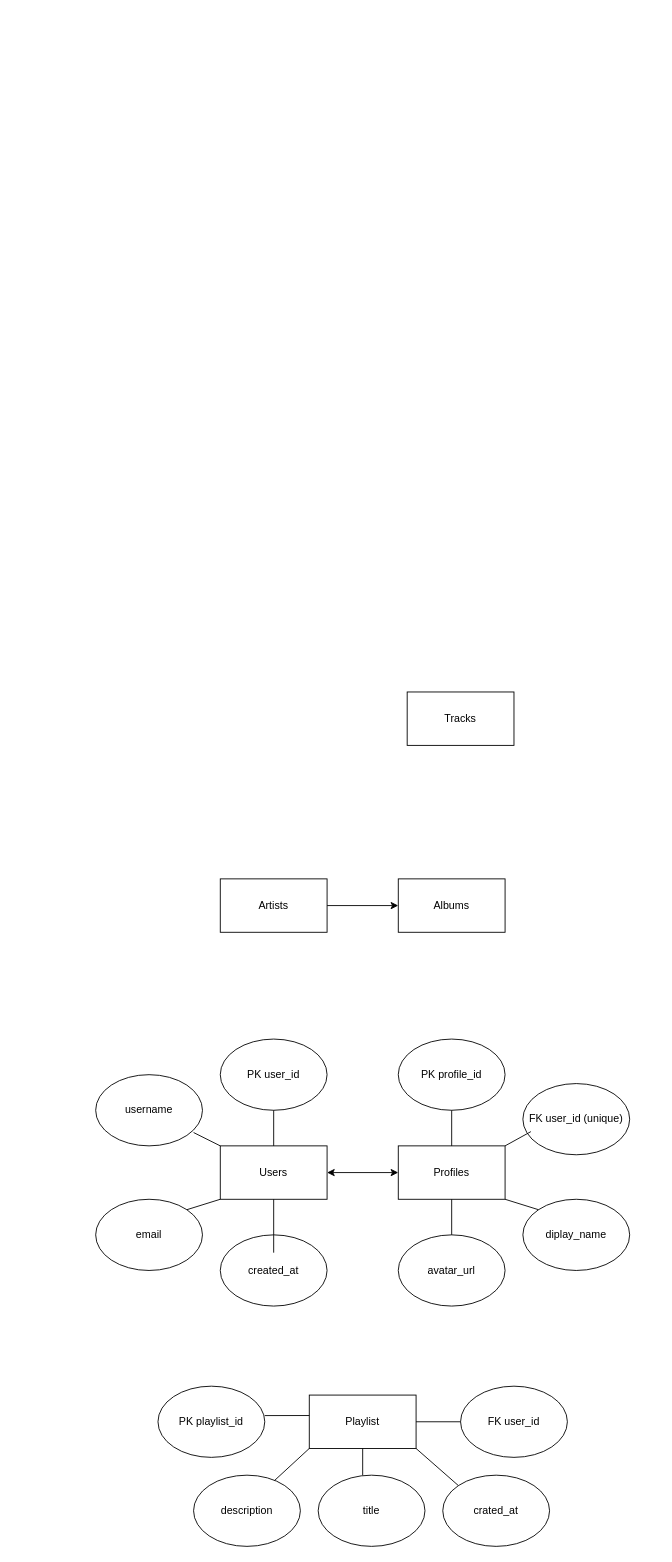
Earlier version of the draw.io diagram week1/project_portfolio.drawio (MackInSpace/2-SQL). Source tidied: cells renumbered, new cells numbered last; positions are measured from the earlier drawing's top-left corner, leaving out a move shared by most shapes. Both pictures are drawn from the tidied source at 89%, with x=0, y=0 at pixel (95, 692).
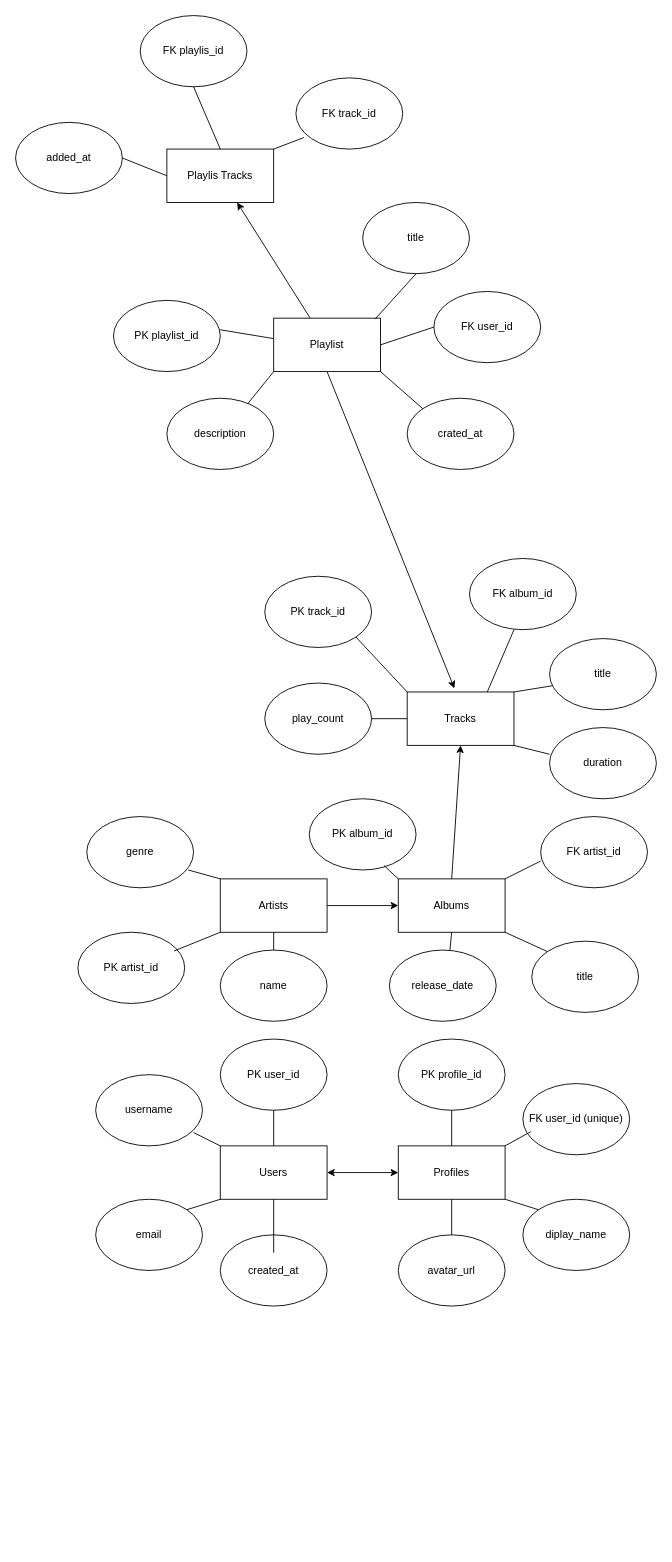
The same diagram, later.

Commit message:
project rough draft

The change refers to these unchanged cells:
```xml
<mxCell id="5" value="Artists" style="rounded=0;whiteSpace=wrap;html=1;" parent="1" vertex="1">
  <mxGeometry x="140" y="210" width="120" height="60" as="geometry" />
</mxCell>
<mxCell id="6" value="Albums" style="rounded=0;whiteSpace=wrap;html=1;" parent="1" vertex="1">
  <mxGeometry x="340" y="210" width="120" height="60" as="geometry" />
</mxCell>
<mxCell id="7" value="Tracks" style="rounded=0;whiteSpace=wrap;html=1;" parent="1" vertex="1">
  <mxGeometry x="350" width="120" height="60" as="geometry" />
</mxCell>
```

The edit, as a diff of the source:
```diff
@@
+    <mxCell id="36" style="edgeStyle=none;html=1;" parent="1" edge="1" source="25" target="63">
+      <mxGeometry relative="1" as="geometry" />
+    </mxCell>
     <mxCell id="25" value="Playlist" style="rounded=0;whiteSpace=wrap;html=1;" parent="1" vertex="1">
-      <mxGeometry x="240" y="790" width="120" height="60" as="geometry" />
+      <mxGeometry x="200" y="-420" width="120" height="60" as="geometry" />
     </mxCell>
     <mxCell id="26" value="description" style="ellipse;whiteSpace=wrap;html=1;" parent="1" vertex="1">
-      <mxGeometry x="110" y="880" width="120" height="80" as="geometry" />
+      <mxGeometry x="80" y="-330" width="120" height="80" as="geometry" />
     </mxCell>
     <mxCell id="27" value="FK user_id" style="ellipse;whiteSpace=wrap;html=1;" parent="1" vertex="1">
-      <mxGeometry x="410" y="780" width="120" height="80" as="geometry" />
+      <mxGeometry x="380" y="-450" width="120" height="80" as="geometry" />
     </mxCell>
     <mxCell id="28" value="PK playlist_id" style="ellipse;whiteSpace=wrap;html=1;" parent="1" vertex="1">
-      <mxGeometry x="70" y="780" width="120" height="80" as="geometry" />
+      <mxGeometry x="20" y="-440" width="120" height="80" as="geometry" />
     </mxCell>
     <mxCell id="29" value="title" style="ellipse;whiteSpace=wrap;html=1;" parent="1" vertex="1">
-      <mxGeometry x="250" y="880" width="120" height="80" as="geometry" />
+      <mxGeometry x="300" y="-550" width="120" height="80" as="geometry" />
     </mxCell>
     <mxCell id="30" value="crated_at" style="ellipse;whiteSpace=wrap;html=1;" parent="1" vertex="1">
-      <mxGeometry x="390" y="880" width="120" height="80" as="geometry" />
+      <mxGeometry x="350" y="-330" width="120" height="80" as="geometry" />
     </mxCell>
@@
-    <mxCell id="33" style="endArrow=none;html=1;entryX=0.5;entryY=1;entryDx=0;entryDy=0;" parent="1" edge="1" target="25">
-      <mxGeometry relative="1" as="geometry">
-        <mxPoint x="300" y="880" as="sourcePoint" />
-      </mxGeometry>
+    <mxCell id="33" style="endArrow=none;html=1;entryX=0.5;entryY=1;entryDx=0;entryDy=0;exitX=0.95;exitY=0.017;exitDx=0;exitDy=0;exitPerimeter=0;" parent="1" edge="1" source="25" target="29">
+      <mxGeometry relative="1" as="geometry" />
     </mxCell>
@@
+    <mxCell id="37" value="PK artist_id" style="ellipse;whiteSpace=wrap;html=1;" parent="1" vertex="1">
+      <mxGeometry x="-20" y="270" width="120" height="80" as="geometry" />
+    </mxCell>
+    <mxCell id="38" value="name" style="ellipse;whiteSpace=wrap;html=1;" parent="1" vertex="1">
+      <mxGeometry x="140" y="290" width="120" height="80" as="geometry" />
+    </mxCell>
+    <mxCell id="39" value="genre" style="ellipse;whiteSpace=wrap;html=1;" parent="1" vertex="1">
+      <mxGeometry x="-10" y="140" width="120" height="80" as="geometry" />
+    </mxCell>
+    <mxCell id="40" style="endArrow=none;html=1;exitX=0.95;exitY=0.75;exitDx=0;exitDy=0;entryX=0;entryY=0;entryDx=0;entryDy=0;exitPerimeter=0;" parent="1" edge="1" source="39" target="5">
+      <mxGeometry relative="1" as="geometry" />
+    </mxCell>
+    <mxCell id="41" style="endArrow=none;html=1;entryX=0;entryY=1;entryDx=0;entryDy=0;exitX=0.9;exitY=0.263;exitDx=0;exitDy=0;exitPerimeter=0;" parent="1" edge="1" source="37" target="5">
+      <mxGeometry relative="1" as="geometry" />
+    </mxCell>
+    <mxCell id="42" style="endArrow=none;html=1;entryX=0.5;entryY=1;entryDx=0;entryDy=0;exitX=0.5;exitY=0;exitDx=0;exitDy=0;" parent="1" edge="1" source="38" target="5">
+      <mxGeometry relative="1" as="geometry" />
+    </mxCell>
+    <mxCell id="43" value="PK album_id" style="ellipse;whiteSpace=wrap;html=1;" parent="1" vertex="1">
+      <mxGeometry x="240" y="120" width="120" height="80" as="geometry" />
+    </mxCell>
+    <mxCell id="44" value="title" style="ellipse;whiteSpace=wrap;html=1;" parent="1" vertex="1">
+      <mxGeometry x="490" y="280" width="120" height="80" as="geometry" />
+    </mxCell>
+    <mxCell id="45" value="release_date" style="ellipse;whiteSpace=wrap;html=1;" parent="1" vertex="1">
+      <mxGeometry x="330" y="290" width="120" height="80" as="geometry" />
+    </mxCell>
+    <mxCell id="46" value="FK artist_id" style="ellipse;whiteSpace=wrap;html=1;" parent="1" vertex="1">
+      <mxGeometry x="500" y="140" width="120" height="80" as="geometry" />
+    </mxCell>
+    <mxCell id="47" style="endArrow=none;html=1;entryX=0.7;entryY=0.938;entryDx=0;entryDy=0;exitX=0;exitY=0;exitDx=0;exitDy=0;entryPerimeter=0;" parent="1" edge="1" source="6" target="43">
+      <mxGeometry relative="1" as="geometry" />
+    </mxCell>
+    <mxCell id="48" style="endArrow=none;html=1;exitX=1;exitY=0;exitDx=0;exitDy=0;" parent="1" edge="1" source="6">
+      <mxGeometry relative="1" as="geometry">
+        <mxPoint x="500" y="190" as="targetPoint" />
+      </mxGeometry>
+    </mxCell>
+    <mxCell id="49" style="endArrow=none;html=1;entryX=0;entryY=0;entryDx=0;entryDy=0;exitX=1;exitY=1;exitDx=0;exitDy=0;" parent="1" edge="1" source="6" target="44">
+      <mxGeometry relative="1" as="geometry" />
+    </mxCell>
+    <mxCell id="50" style="endArrow=none;html=1;entryX=0.5;entryY=1;entryDx=0;entryDy=0;exitX=0.567;exitY=0;exitDx=0;exitDy=0;exitPerimeter=0;" parent="1" edge="1" source="45" target="6">
+      <mxGeometry relative="1" as="geometry" />
+    </mxCell>
+    <mxCell id="51" style="endArrow=classic;html=1;entryX=0.5;entryY=1;entryDx=0;entryDy=0;exitX=0.5;exitY=0;exitDx=0;exitDy=0;" parent="1" edge="1" source="6" target="7">
+      <mxGeometry relative="1" as="geometry" />
+    </mxCell>
+    <mxCell id="52" value="play_count" style="ellipse;whiteSpace=wrap;html=1;" parent="1" vertex="1">
+      <mxGeometry x="190" y="-10" width="120" height="80" as="geometry" />
+    </mxCell>
+    <mxCell id="53" value="PK track_id" style="ellipse;whiteSpace=wrap;html=1;" parent="1" vertex="1">
+      <mxGeometry x="190" y="-130" width="120" height="80" as="geometry" />
+    </mxCell>
+    <mxCell id="54" value="duration" style="ellipse;whiteSpace=wrap;html=1;" parent="1" vertex="1">
+      <mxGeometry x="510" y="40" width="120" height="80" as="geometry" />
+    </mxCell>
+    <mxCell id="55" value="FK album_id" style="ellipse;whiteSpace=wrap;html=1;" parent="1" vertex="1">
+      <mxGeometry x="420" y="-150" width="120" height="80" as="geometry" />
+    </mxCell>
+    <mxCell id="56" value="title" style="ellipse;whiteSpace=wrap;html=1;" parent="1" vertex="1">
+      <mxGeometry x="510" y="-60" width="120" height="80" as="geometry" />
+    </mxCell>
+    <mxCell id="57" style="endArrow=none;html=1;entryX=0;entryY=0.5;entryDx=0;entryDy=0;exitX=1;exitY=0.5;exitDx=0;exitDy=0;" parent="1" edge="1" source="52" target="7">
+      <mxGeometry relative="1" as="geometry" />
+    </mxCell>
+    <mxCell id="58" style="endArrow=none;html=1;entryX=0;entryY=0.375;entryDx=0;entryDy=0;entryPerimeter=0;exitX=1;exitY=1;exitDx=0;exitDy=0;" parent="1" edge="1" source="7" target="54">
+      <mxGeometry relative="1" as="geometry" />
+    </mxCell>
+    <mxCell id="59" style="endArrow=none;html=1;entryX=1;entryY=1;entryDx=0;entryDy=0;exitX=0;exitY=0;exitDx=0;exitDy=0;" parent="1" edge="1" source="7" target="53">
+      <mxGeometry relative="1" as="geometry" />
+    </mxCell>
+    <mxCell id="60" style="endArrow=none;html=1;exitX=0.75;exitY=0;exitDx=0;exitDy=0;entryX=0.417;entryY=1;entryDx=0;entryDy=0;entryPerimeter=0;" parent="1" edge="1" source="7" target="55">
+      <mxGeometry relative="1" as="geometry" />
+    </mxCell>
+    <mxCell id="61" style="endArrow=none;html=1;entryX=0.025;entryY=0.663;entryDx=0;entryDy=0;entryPerimeter=0;exitX=1;exitY=0;exitDx=0;exitDy=0;" parent="1" edge="1" source="7" target="56">
+      <mxGeometry relative="1" as="geometry" />
+    </mxCell>
+    <mxCell id="62" style="endArrow=classic;html=1;entryX=0.442;entryY=-0.067;entryDx=0;entryDy=0;entryPerimeter=0;exitX=0.5;exitY=1;exitDx=0;exitDy=0;" parent="1" edge="1" source="25" target="7">
+      <mxGeometry relative="1" as="geometry" />
+    </mxCell>
+    <mxCell id="63" value="Playlis Tracks" style="whiteSpace=wrap;html=1;rounded=0;" parent="1" vertex="1">
+      <mxGeometry x="80" y="-610" width="120" height="60" as="geometry" />
+    </mxCell>
+    <mxCell id="64" value="added_at" style="ellipse;whiteSpace=wrap;html=1;" parent="1" vertex="1">
+      <mxGeometry x="-90" y="-640" width="120" height="80" as="geometry" />
+    </mxCell>
+    <mxCell id="65" value="FK playlis_id" style="ellipse;whiteSpace=wrap;html=1;" parent="1" vertex="1">
+      <mxGeometry x="50" y="-760" width="120" height="80" as="geometry" />
+    </mxCell>
+    <mxCell id="66" value="FK track_id" style="ellipse;whiteSpace=wrap;html=1;" parent="1" vertex="1">
+      <mxGeometry x="225" y="-690" width="120" height="80" as="geometry" />
+    </mxCell>
+    <mxCell id="67" style="endArrow=none;html=1;entryX=0;entryY=0.5;entryDx=0;entryDy=0;exitX=1;exitY=0.5;exitDx=0;exitDy=0;" parent="1" edge="1" source="64" target="63">
+      <mxGeometry relative="1" as="geometry" />
+    </mxCell>
+    <mxCell id="68" style="endArrow=none;html=1;entryX=0.5;entryY=1;entryDx=0;entryDy=0;exitX=0.5;exitY=0;exitDx=0;exitDy=0;" parent="1" edge="1" source="63" target="65">
+      <mxGeometry relative="1" as="geometry" />
+    </mxCell>
+    <mxCell id="69" style="endArrow=none;html=1;entryX=0.075;entryY=0.838;entryDx=0;entryDy=0;entryPerimeter=0;exitX=1;exitY=0;exitDx=0;exitDy=0;" parent="1" edge="1" source="63" target="66">
+      <mxGeometry relative="1" as="geometry" />
+    </mxCell>
```
